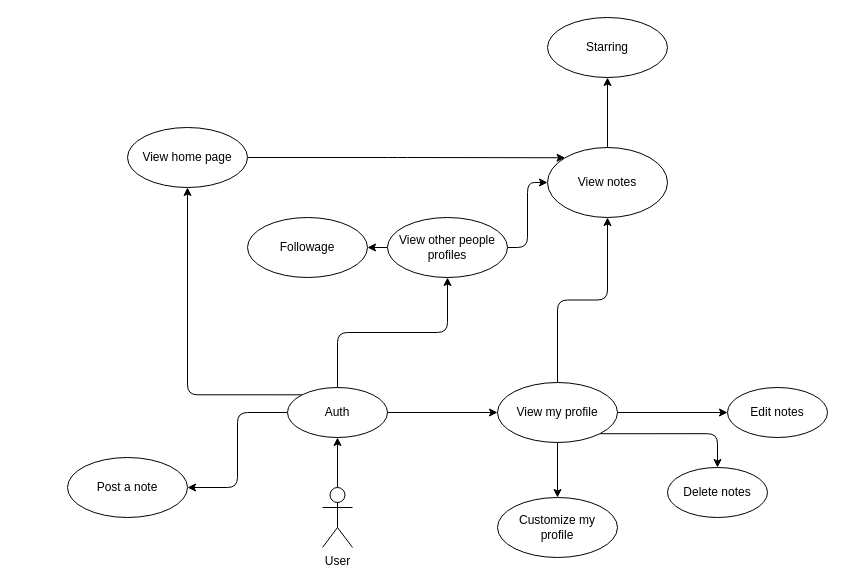
This is documentation/Diagrams/user.drawio from marcmf04/Note-Code, a draw.io file, before an edit. Source tidied: cells renumbered, new cells numbered last; positions are measured from the earlier drawing's top-left corner, leaving out a move shared by most shapes. Both pictures are drawn from the tidied source at 100%, with x=0, y=0 at pixel (67, 17).
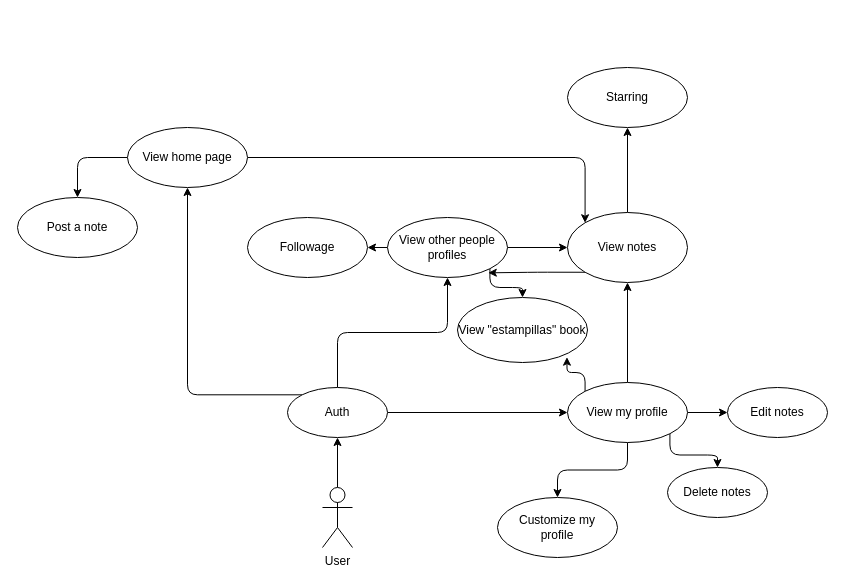
After the change.

Commit message (it also covers changes not shown here):
Added admin diagram, edited user diagram and added some user requirements

The change refers to these unchanged cells:
```xml
<mxCell id="8" value="Auth" style="ellipse;whiteSpace=wrap;html=1;" parent="1" vertex="1">
  <mxGeometry x="220" y="370" width="100" height="50" as="geometry" />
</mxCell>
<mxCell id="18" value="View other people&lt;br&gt;profiles" style="ellipse;whiteSpace=wrap;html=1;" parent="1" vertex="1">
  <mxGeometry x="320" y="200" width="120" height="60" as="geometry" />
</mxCell>
<mxCell id="24" value="View home page" style="ellipse;whiteSpace=wrap;html=1;" parent="1" vertex="1">
  <mxGeometry x="60" y="110" width="120" height="60" as="geometry" />
</mxCell>
```

The edit, as a diff of the source:
```diff
@@
-    <mxCell id="4" style="edgeStyle=orthogonalEdgeStyle;html=1;entryX=1;entryY=0.5;entryDx=0;entryDy=0;" parent="1" edge="1" source="8" target="9">
-      <mxGeometry relative="1" as="geometry" />
-    </mxCell>
@@
     <mxCell id="9" value="Post a note" style="ellipse;whiteSpace=wrap;html=1;" parent="1" vertex="1">
-      <mxGeometry y="440" width="120" height="60" as="geometry" />
+      <mxGeometry x="-50" y="180" width="120" height="60" as="geometry" />
     </mxCell>
@@
+    <mxCell id="27" style="edgeStyle=orthogonalEdgeStyle;html=1;exitX=0;exitY=0;exitDx=0;exitDy=0;entryX=0.842;entryY=0.918;entryDx=0;entryDy=0;entryPerimeter=0;" parent="1" edge="1" source="14" target="31">
+      <mxGeometry relative="1" as="geometry" />
+    </mxCell>
     <mxCell id="14" value="View my profile" style="ellipse;whiteSpace=wrap;html=1;" parent="1" vertex="1">
-      <mxGeometry x="430" y="365" width="120" height="60" as="geometry" />
+      <mxGeometry x="500" y="365" width="120" height="60" as="geometry" />
     </mxCell>
@@
+    <mxCell id="28" style="edgeStyle=orthogonalEdgeStyle;html=1;exitX=1;exitY=1;exitDx=0;exitDy=0;entryX=0.5;entryY=0;entryDx=0;entryDy=0;" parent="1" edge="1" source="18" target="31">
+      <mxGeometry relative="1" as="geometry" />
+    </mxCell>
@@
     <mxCell id="20" value="Starring" style="ellipse;whiteSpace=wrap;html=1;" parent="1" vertex="1">
-      <mxGeometry x="480" width="120" height="60" as="geometry" />
+      <mxGeometry x="500" y="50" width="120" height="60" as="geometry" />
     </mxCell>
@@
+    <mxCell id="29" style="edgeStyle=orthogonalEdgeStyle;html=1;exitX=0;exitY=1;exitDx=0;exitDy=0;entryX=0.84;entryY=0.922;entryDx=0;entryDy=0;entryPerimeter=0;" parent="1" edge="1" source="22" target="18">
+      <mxGeometry relative="1" as="geometry" />
+    </mxCell>
     <mxCell id="22" value="View notes" style="ellipse;whiteSpace=wrap;html=1;" parent="1" vertex="1">
-      <mxGeometry x="480" y="130" width="120" height="70" as="geometry" />
+      <mxGeometry x="500" y="195" width="120" height="70" as="geometry" />
     </mxCell>
@@
+    <mxCell id="30" style="edgeStyle=orthogonalEdgeStyle;html=1;exitX=0;exitY=0.5;exitDx=0;exitDy=0;" parent="1" edge="1" source="24" target="9">
+      <mxGeometry relative="1" as="geometry" />
+    </mxCell>
@@
+    <mxCell id="31" value="View &quot;estampillas&quot; book" style="ellipse;whiteSpace=wrap;html=1;" parent="1" vertex="1">
+      <mxGeometry x="390" y="280" width="130" height="65" as="geometry" />
+    </mxCell>
```
